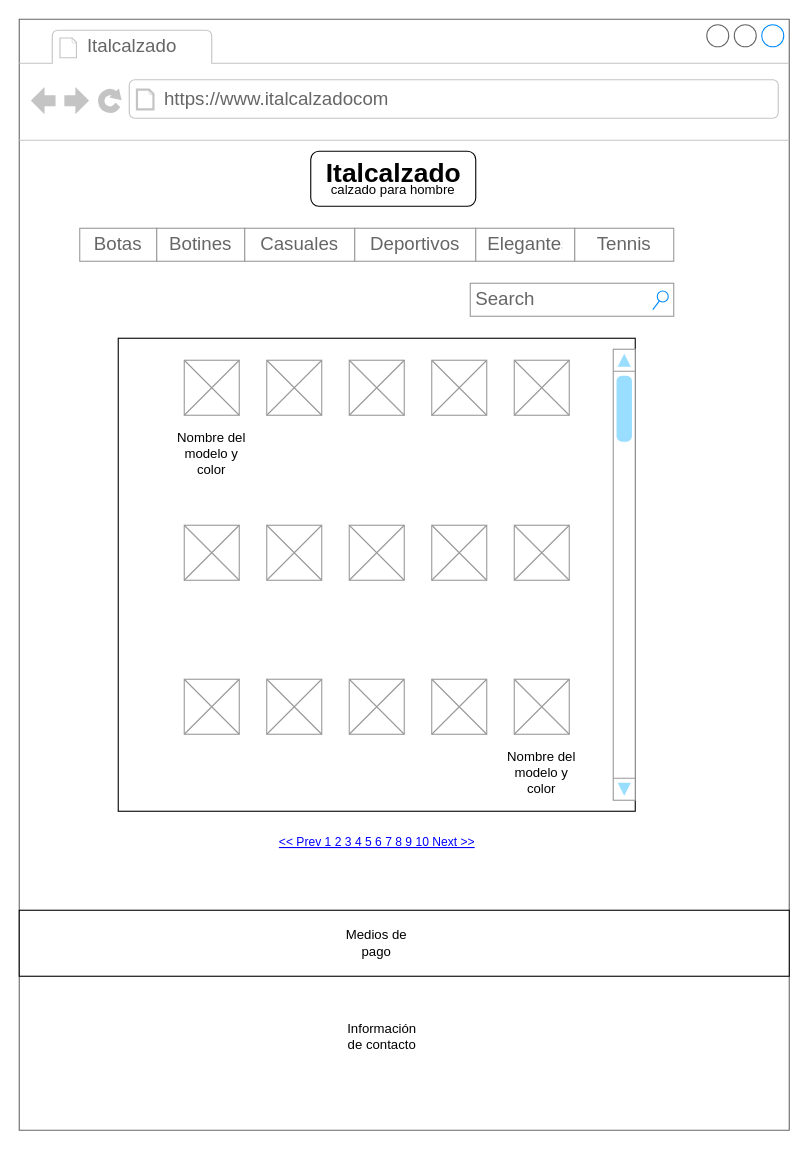
Earlier version of the draw.io diagram src/main/resources/mockup.drawio (mdquintero/e-commerce-backend). Source tidied: cells renumbered, new cells numbered last; positions are measured from the earlier drawing's top-left corner, leaving out a move shared by most shapes. Both pictures are drawn from the tidied source at 110%, with x=0, y=0 at pixel (19, 19).
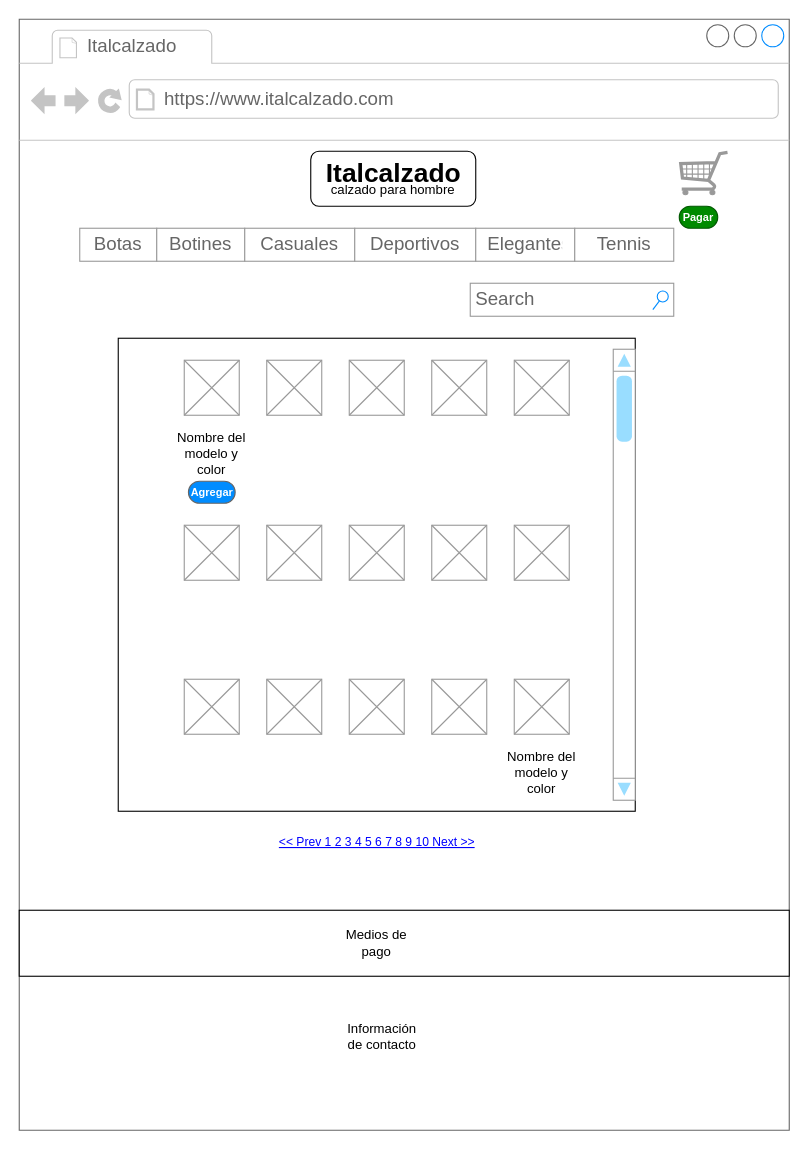
The same page after the edit.

Commit message:
Botones agregados a mockup

Unchanged cells that the change refers to:
```xml
<mxCell id="2" style="strokeWidth=1;shadow=0;dashed=0;align=center;html=1;shape=mxgraph.mockup.containers.browserWindow;rSize=0;strokeColor=#666666;strokeColor2=#008cff;strokeColor3=#c4c4c4;mainText=,;" parent="1" vertex="1">
  <mxGeometry width="700" height="1010" as="geometry" />
</mxCell>
```

What changed in the source:
```diff
@@
-    <mxCell id="4" value="https://www.italcalzadocom" style="strokeWidth=1;shadow=0;dashed=0;align=center;html=1;shape=mxgraph.mockup.containers.anchor;rSize=0;fontSize=17;fontColor=#666666;align=left;" parent="2" vertex="1">
+    <mxCell id="4" value="https://www.italcalzado.com" style="strokeWidth=1;shadow=0;dashed=0;align=center;html=1;shape=mxgraph.mockup.containers.anchor;rSize=0;fontSize=17;fontColor=#666666;align=left;" parent="2" vertex="1">
       <mxGeometry x="130" y="60" width="250" height="26" as="geometry" />
     </mxCell>
@@
+    <mxCell id="39" style="verticalLabelPosition=bottom;shadow=0;dashed=0;align=center;html=1;verticalAlign=top;strokeWidth=1;shape=mxgraph.mockup.misc.shoppingCart;strokeColor=#999999;" parent="2" vertex="1">
+      <mxGeometry x="600" y="120" width="45" height="40" as="geometry" />
+    </mxCell>
+    <mxCell id="40" value="Pagar" style="strokeWidth=1;shadow=0;dashed=0;align=center;html=1;shape=mxgraph.mockup.buttons.button;strokeColor=#005700;fontColor=#ffffff;mainText=;buttonStyle=round;fontSize=10;fontStyle=1;fillColor=#008a00;whiteSpace=wrap;" parent="2" vertex="1">
+      <mxGeometry x="600" y="170" width="35" height="20" as="geometry" />
+    </mxCell>
@@
+    <mxCell id="41" value="Agregar" style="strokeWidth=1;shadow=0;dashed=0;align=center;html=1;shape=mxgraph.mockup.buttons.button;strokeColor=#666666;fontColor=#ffffff;mainText=;buttonStyle=round;fontSize=10;fontStyle=1;fillColor=#008cff;whiteSpace=wrap;" parent="1" vertex="1">
+      <mxGeometry x="153.8" y="420" width="42.5" height="20" as="geometry" />
+    </mxCell>
```
